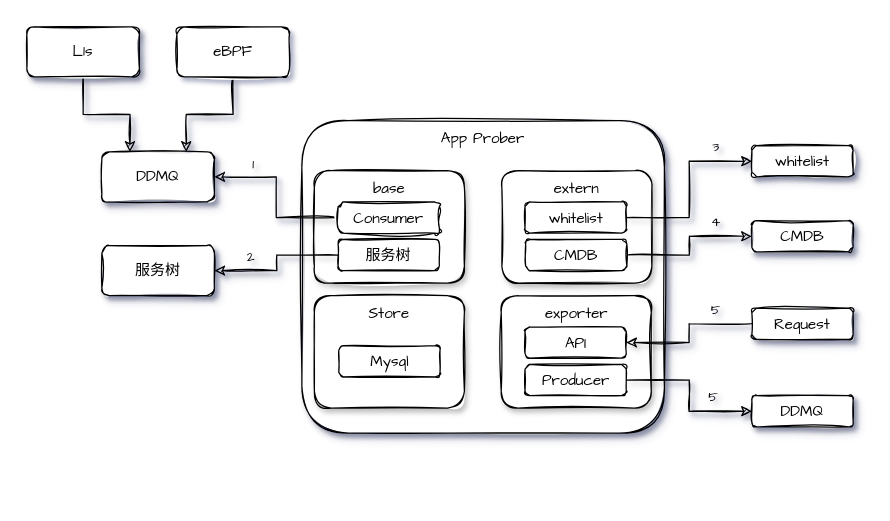
This is page "概要" (1 of 3) of app-prober.drawio from yubo/draw, a draw.io file, before an edit. Source tidied: cells renumbered, new cells numbered last; positions are measured from the earlier drawing's top-left corner, leaving out a move shared by most shapes. Both pictures are drawn from the tidied source at 125%, with x=0, y=0 at pixel (26, 26).
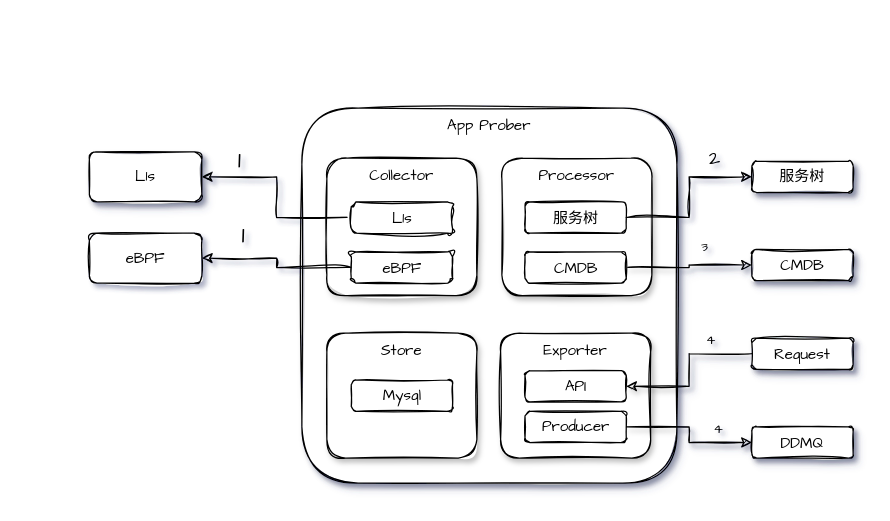
After the change.

Unchanged cells that the change refers to:
```xml
<mxCell id="27" style="edgeStyle=orthogonalEdgeStyle;rounded=0;sketch=1;jettySize=auto;html=1;entryX=0;entryY=0.5;entryDx=0;entryDy=0;shadow=1;fontFamily=Comic Sans MS;labelBackgroundColor=none;" parent="1" edge="1" source="29" target="35">
  <mxGeometry relative="1" as="geometry" />
</mxCell>
<mxCell id="32" style="edgeStyle=orthogonalEdgeStyle;rounded=0;sketch=1;jettySize=auto;html=1;entryX=1;entryY=0.5;entryDx=0;entryDy=0;shadow=1;fontFamily=Comic Sans MS;labelBackgroundColor=none;" parent="1" edge="1" source="34" target="26">
  <mxGeometry relative="1" as="geometry" />
</mxCell>
```

Diff of the diagram source:
```diff
@@
     <mxCell id="2" value="&lt;font face=&quot;Comic Sans MS&quot;&gt;App Prober&lt;/font&gt;" style="rounded=1;whiteSpace=wrap;html=1;shadow=1;sketch=1;strokeColor=default;fillColor=default;gradientColor=none;glass=0;verticalAlign=top;labelBackgroundColor=none;" parent="1" vertex="1">
-      <mxGeometry x="220" y="75" width="290" height="250" as="geometry" />
+      <mxGeometry x="220" y="65" width="300" height="300" as="geometry" />
     </mxCell>
-    <mxCell id="3" style="edgeStyle=orthogonalEdgeStyle;rounded=0;sketch=1;jettySize=auto;html=1;entryX=0.25;entryY=0;entryDx=0;entryDy=0;shadow=1;fontFamily=Comic Sans MS;labelBackgroundColor=none;" parent="1" edge="1" source="4" target="7">
-      <mxGeometry relative="1" as="geometry" />
-    </mxCell>
     <mxCell id="4" value="&lt;font face=&quot;Comic Sans MS&quot;&gt;L1s&lt;/font&gt;" style="rounded=1;whiteSpace=wrap;html=1;shadow=1;sketch=1;strokeColor=default;fillColor=default;gradientColor=none;glass=0;labelBackgroundColor=none;" parent="1" vertex="1">
-      <mxGeometry width="90" height="40" as="geometry" />
+      <mxGeometry x="50" y="100" width="90" height="40" as="geometry" />
     </mxCell>
-    <mxCell id="5" style="edgeStyle=orthogonalEdgeStyle;rounded=0;sketch=1;jettySize=auto;html=1;entryX=0.75;entryY=0;entryDx=0;entryDy=0;shadow=1;fontFamily=Comic Sans MS;labelBackgroundColor=none;" parent="1" edge="1" source="6" target="7">
-      <mxGeometry relative="1" as="geometry" />
-    </mxCell>
     <mxCell id="6" value="&lt;font face=&quot;Comic Sans MS&quot;&gt;eBPF&lt;/font&gt;" style="rounded=1;whiteSpace=wrap;html=1;shadow=0;sketch=1;strokeColor=default;fillColor=default;gradientColor=none;glass=0;labelBackgroundColor=none;" parent="1" vertex="1">
-      <mxGeometry x="120" width="90" height="40" as="geometry" />
+      <mxGeometry x="50" y="165" width="90" height="40" as="geometry" />
     </mxCell>
-    <mxCell id="7" value="&lt;font face=&quot;Comic Sans MS&quot;&gt;DDMQ&lt;/font&gt;" style="rounded=1;whiteSpace=wrap;html=1;shadow=1;sketch=1;strokeColor=default;fillColor=default;gradientColor=none;glass=0;labelBackgroundColor=none;" parent="1" vertex="1">
-      <mxGeometry x="60" y="100" width="90" height="40" as="geometry" />
-    </mxCell>
-    <mxCell id="8" value="&lt;font face=&quot;Comic Sans MS&quot;&gt;服务树&lt;/font&gt;" style="rounded=1;whiteSpace=wrap;html=1;shadow=1;sketch=1;strokeColor=default;fillColor=default;gradientColor=none;glass=0;labelBackgroundColor=none;" parent="1" vertex="1">
-      <mxGeometry x="60" y="175" width="90" height="40" as="geometry" />
-    </mxCell>
-    <mxCell id="9" value="&lt;font face=&quot;Comic Sans MS&quot;&gt;base&lt;/font&gt;" style="rounded=1;whiteSpace=wrap;html=1;shadow=1;sketch=1;strokeColor=default;fillColor=default;gradientColor=none;glass=0;horizontal=1;verticalAlign=top;labelBackgroundColor=none;" parent="1" vertex="1">
-      <mxGeometry x="230" y="115" width="120" height="90" as="geometry" />
+    <mxCell id="9" value="&lt;font face=&quot;Comic Sans MS&quot;&gt;Collector&lt;/font&gt;" style="rounded=1;whiteSpace=wrap;html=1;shadow=1;sketch=1;strokeColor=default;fillColor=default;gradientColor=none;glass=0;horizontal=1;verticalAlign=top;labelBackgroundColor=none;" parent="1" vertex="1">
+      <mxGeometry x="240" y="105" width="120" height="110" as="geometry" />
     </mxCell>
-    <mxCell id="10" style="edgeStyle=orthogonalEdgeStyle;rounded=0;sketch=1;jettySize=auto;html=1;entryX=1;entryY=0.5;entryDx=0;entryDy=0;shadow=1;fontFamily=Comic Sans MS;labelBackgroundColor=none;" parent="1" edge="1" source="12" target="7">
-      <mxGeometry relative="1" as="geometry" />
-    </mxCell>
-    <mxCell id="11" value="1" style="edgeLabel;html=1;align=center;verticalAlign=middle;fontFamily=Comic Sans MS;labelBackgroundColor=none;" parent="10" vertex="1">
-      <mxGeometry x="0.51" y="-1" relative="1" as="geometry">
-        <mxPoint x="-2" y="-11" as="offset" />
-      </mxGeometry>
-    </mxCell>
+    <mxCell id="36" style="edgeStyle=orthogonalEdgeStyle;rounded=0;sketch=1;hachureGap=4;jiggle=2;curveFitting=1;jettySize=auto;html=1;entryX=1;entryY=0.5;entryDx=0;entryDy=0;fontFamily=Architects Daughter;fontSize=16;" parent="1" edge="1" source="12" target="4">
+      <mxGeometry relative="1" as="geometry" />
+    </mxCell>
+    <mxCell id="37" value="1" style="edgeLabel;html=1;align=center;verticalAlign=middle;fontSize=20;fontFamily=Architects Daughter;labelBackgroundColor=none;" parent="36" vertex="1">
+      <mxGeometry x="0.62" y="-3" relative="1" as="geometry">
+        <mxPoint y="-12" as="offset" />
+      </mxGeometry>
+    </mxCell>
-    <mxCell id="12" value="&lt;font face=&quot;Comic Sans MS&quot;&gt;Consumer&lt;/font&gt;" style="rounded=1;whiteSpace=wrap;html=1;shadow=0;strokeColor=default;fillColor=default;gradientColor=none;glass=0;labelBackgroundColor=none;sketch=1;curveFitting=1;jiggle=2;" parent="1" vertex="1">
-      <mxGeometry x="249" y="140" width="81" height="25" as="geometry" />
+    <mxCell id="12" value="&lt;font face=&quot;Comic Sans MS&quot;&gt;L1s&lt;/font&gt;" style="rounded=1;whiteSpace=wrap;html=1;shadow=0;strokeColor=default;fillColor=default;gradientColor=none;glass=0;labelBackgroundColor=none;sketch=1;curveFitting=1;jiggle=2;" parent="1" vertex="1">
+      <mxGeometry x="259.5" y="140" width="81" height="25" as="geometry" />
     </mxCell>
-    <mxCell id="13" style="edgeStyle=orthogonalEdgeStyle;rounded=0;sketch=1;jettySize=auto;html=1;entryX=1;entryY=0.5;entryDx=0;entryDy=0;shadow=1;fontFamily=Comic Sans MS;labelBackgroundColor=none;" parent="1" edge="1" source="15" target="8">
-      <mxGeometry relative="1" as="geometry">
-        <Array as="points">
-          <mxPoint x="200" y="183" />
-          <mxPoint x="200" y="195" />
-        </Array>
-      </mxGeometry>
-    </mxCell>
-    <mxCell id="14" value="2" style="edgeLabel;html=1;align=center;verticalAlign=middle;fontFamily=Comic Sans MS;labelBackgroundColor=none;" parent="13" vertex="1">
-      <mxGeometry x="0.48" y="-3" relative="1" as="geometry">
-        <mxPoint y="-9" as="offset" />
-      </mxGeometry>
-    </mxCell>
-    <mxCell id="15" value="&lt;font face=&quot;Comic Sans MS&quot;&gt;服务树&lt;/font&gt;" style="rounded=1;whiteSpace=wrap;html=1;shadow=0;sketch=1;strokeColor=default;fillColor=default;gradientColor=none;glass=0;labelBackgroundColor=none;" parent="1" vertex="1">
-      <mxGeometry x="249" y="170" width="81" height="25" as="geometry" />
-    </mxCell>
-    <mxCell id="16" value="&lt;font face=&quot;Comic Sans MS&quot;&gt;extern&lt;/font&gt;" style="rounded=1;whiteSpace=wrap;html=1;shadow=1;sketch=1;strokeColor=default;fillColor=default;gradientColor=none;glass=0;horizontal=1;verticalAlign=top;labelBackgroundColor=none;" parent="1" vertex="1">
-      <mxGeometry x="380" y="115" width="120" height="90" as="geometry" />
+    <mxCell id="16" value="&lt;font face=&quot;Comic Sans MS&quot;&gt;Processor&lt;/font&gt;" style="rounded=1;whiteSpace=wrap;html=1;shadow=1;sketch=1;strokeColor=default;fillColor=default;gradientColor=none;glass=0;horizontal=1;verticalAlign=top;labelBackgroundColor=none;" parent="1" vertex="1">
+      <mxGeometry x="380" y="105" width="120" height="110" as="geometry" />
     </mxCell>
-    <mxCell id="17" style="edgeStyle=orthogonalEdgeStyle;rounded=0;sketch=1;jettySize=auto;html=1;entryX=0;entryY=0.5;entryDx=0;entryDy=0;shadow=1;fontFamily=Comic Sans MS;labelBackgroundColor=none;" parent="1" edge="1" source="19" target="30">
-      <mxGeometry relative="1" as="geometry" />
-    </mxCell>
-    <mxCell id="18" value="3" style="edgeLabel;html=1;align=center;verticalAlign=middle;fontFamily=Comic Sans MS;labelBackgroundColor=none;" parent="17" vertex="1">
-      <mxGeometry x="0.59" y="5" relative="1" as="geometry">
-        <mxPoint y="-7" as="offset" />
-      </mxGeometry>
-    </mxCell>
-    <mxCell id="19" value="&lt;font face=&quot;Comic Sans MS&quot;&gt;whitelist&lt;/font&gt;" style="rounded=1;whiteSpace=wrap;html=1;shadow=0;sketch=1;strokeColor=default;fillColor=default;gradientColor=none;glass=0;labelBackgroundColor=none;" parent="1" vertex="1">
-      <mxGeometry x="398.5" y="140" width="81" height="25" as="geometry" />
-    </mxCell>
-    <mxCell id="20" style="edgeStyle=orthogonalEdgeStyle;rounded=0;sketch=1;jettySize=auto;html=1;entryX=0;entryY=0.5;entryDx=0;entryDy=0;shadow=1;fontFamily=Comic Sans MS;labelBackgroundColor=none;" parent="1" edge="1" source="22" target="31">
-      <mxGeometry relative="1" as="geometry" />
+    <mxCell id="20" value="3" style="edgeStyle=orthogonalEdgeStyle;rounded=0;sketch=1;jettySize=auto;html=1;entryX=0;entryY=0.5;entryDx=0;entryDy=0;shadow=1;fontFamily=Comic Sans MS;labelBackgroundColor=none;" parent="1" edge="1" source="22" target="31">
+      <mxGeometry x="0.22" y="16" relative="1" as="geometry">
+        <mxPoint x="1" y="1" as="offset" />
+      </mxGeometry>
     </mxCell>
-    <mxCell id="21" value="4" style="edgeLabel;html=1;align=center;verticalAlign=middle;fontFamily=Comic Sans MS;labelBackgroundColor=none;" parent="20" vertex="1">
-      <mxGeometry x="0.43" y="2" relative="1" as="geometry">
-        <mxPoint x="3" y="-10" as="offset" />
-      </mxGeometry>
-    </mxCell>
     <mxCell id="22" value="&lt;font face=&quot;Comic Sans MS&quot;&gt;CMDB&lt;/font&gt;" style="rounded=1;whiteSpace=wrap;html=1;shadow=0;sketch=1;strokeColor=default;fillColor=default;gradientColor=none;glass=0;labelBackgroundColor=none;" parent="1" vertex="1">
-      <mxGeometry x="399" y="170" width="81" height="25" as="geometry" />
+      <mxGeometry x="398.5" y="180" width="81" height="25" as="geometry" />
     </mxCell>
     <mxCell id="23" value="&lt;font face=&quot;Comic Sans MS&quot;&gt;Store&lt;/font&gt;" style="rounded=1;whiteSpace=wrap;html=1;shadow=1;sketch=1;strokeColor=default;fillColor=default;gradientColor=none;glass=0;horizontal=1;verticalAlign=top;labelBackgroundColor=none;" parent="1" vertex="1">
-      <mxGeometry x="230" y="215" width="120" height="90" as="geometry" />
+      <mxGeometry x="240" y="245" width="120" height="100" as="geometry" />
     </mxCell>
     <mxCell id="24" value="&lt;font face=&quot;Comic Sans MS&quot;&gt;Mysql&lt;/font&gt;" style="rounded=1;whiteSpace=wrap;html=1;shadow=0;sketch=1;strokeColor=default;fillColor=default;gradientColor=none;glass=0;labelBackgroundColor=none;" parent="1" vertex="1">
-      <mxGeometry x="249.5" y="255" width="81" height="25" as="geometry" />
+      <mxGeometry x="259.5" y="282.5" width="81" height="25" as="geometry" />
     </mxCell>
-    <mxCell id="25" value="&lt;font face=&quot;Comic Sans MS&quot;&gt;exporter&lt;/font&gt;" style="rounded=1;whiteSpace=wrap;html=1;shadow=1;sketch=1;strokeColor=default;fillColor=default;gradientColor=none;glass=0;horizontal=1;verticalAlign=top;labelBackgroundColor=none;" parent="1" vertex="1">
-      <mxGeometry x="379.5" y="215" width="120" height="90" as="geometry" />
+    <mxCell id="25" value="&lt;font face=&quot;Comic Sans MS&quot;&gt;Exporter&lt;/font&gt;" style="rounded=1;whiteSpace=wrap;html=1;shadow=1;sketch=1;strokeColor=default;fillColor=default;gradientColor=none;glass=0;horizontal=1;verticalAlign=top;labelBackgroundColor=none;" parent="1" vertex="1">
+      <mxGeometry x="379" y="245" width="120" height="100" as="geometry" />
     </mxCell>
     <mxCell id="26" value="&lt;font face=&quot;Comic Sans MS&quot;&gt;API&lt;/font&gt;" style="rounded=1;whiteSpace=wrap;html=1;shadow=0;sketch=1;strokeColor=default;fillColor=default;gradientColor=none;glass=0;labelBackgroundColor=none;" parent="1" vertex="1">
-      <mxGeometry x="398.5" y="240" width="81" height="25" as="geometry" />
+      <mxGeometry x="398.5" y="275" width="81" height="25" as="geometry" />
     </mxCell>
@@
-    <mxCell id="28" value="5" style="edgeLabel;html=1;align=center;verticalAlign=middle;fontFamily=Comic Sans MS;labelBackgroundColor=none;" parent="27" vertex="1">
+    <mxCell id="28" value="4" style="edgeLabel;html=1;align=center;verticalAlign=middle;fontFamily=Comic Sans MS;labelBackgroundColor=none;" parent="27" vertex="1">
       <mxGeometry x="0.49" y="1" relative="1" as="geometry">
         <mxPoint x="1" y="-11" as="offset" />
       </mxGeometry>
     </mxCell>
     <mxCell id="29" value="&lt;font face=&quot;Comic Sans MS&quot;&gt;Producer&lt;/font&gt;" style="rounded=1;whiteSpace=wrap;html=1;shadow=0;sketch=1;strokeColor=default;fillColor=default;gradientColor=none;glass=0;labelBackgroundColor=none;" parent="1" vertex="1">
-      <mxGeometry x="398.5" y="270" width="81" height="25" as="geometry" />
+      <mxGeometry x="398.5" y="307.5" width="81" height="25" as="geometry" />
     </mxCell>
-    <mxCell id="30" value="&lt;font face=&quot;Comic Sans MS&quot;&gt;whitelist&lt;/font&gt;" style="rounded=1;whiteSpace=wrap;html=1;shadow=1;sketch=1;strokeColor=default;fillColor=default;gradientColor=none;glass=0;labelBackgroundColor=none;" parent="1" vertex="1">
-      <mxGeometry x="580" y="95" width="81" height="25" as="geometry" />
-    </mxCell>
     <mxCell id="31" value="&lt;font face=&quot;Comic Sans MS&quot;&gt;CMDB&lt;/font&gt;" style="rounded=1;whiteSpace=wrap;html=1;shadow=1;sketch=1;strokeColor=default;fillColor=default;gradientColor=none;glass=0;labelBackgroundColor=none;" parent="1" vertex="1">
-      <mxGeometry x="580" y="155" width="81" height="25" as="geometry" />
+      <mxGeometry x="580" y="178" width="81" height="25" as="geometry" />
     </mxCell>
@@
-    <mxCell id="33" value="5" style="edgeLabel;html=1;align=center;verticalAlign=middle;fontFamily=Comic Sans MS;labelBackgroundColor=none;" parent="32" vertex="1">
+    <mxCell id="33" value="4" style="edgeLabel;html=1;align=center;verticalAlign=middle;fontFamily=Comic Sans MS;labelBackgroundColor=none;" parent="32" vertex="1">
       <mxGeometry x="-0.31" y="-1" relative="1" as="geometry">
         <mxPoint x="10" y="-11" as="offset" />
       </mxGeometry>
     </mxCell>
     <mxCell id="34" value="&lt;font face=&quot;Comic Sans MS&quot;&gt;Request&lt;/font&gt;" style="rounded=1;whiteSpace=wrap;html=1;shadow=1;sketch=1;strokeColor=default;fillColor=default;gradientColor=none;glass=0;labelBackgroundColor=none;" parent="1" vertex="1">
-      <mxGeometry x="580" y="225" width="81" height="25" as="geometry" />
+      <mxGeometry x="580" y="249" width="81" height="25" as="geometry" />
     </mxCell>
     <mxCell id="35" value="&lt;font face=&quot;Comic Sans MS&quot;&gt;DDMQ&lt;/font&gt;" style="rounded=1;whiteSpace=wrap;html=1;shadow=1;sketch=1;strokeColor=default;fillColor=default;gradientColor=none;glass=0;labelBackgroundColor=none;" parent="1" vertex="1">
-      <mxGeometry x="580" y="295" width="81" height="25" as="geometry" />
+      <mxGeometry x="580" y="320" width="81" height="25" as="geometry" />
     </mxCell>
+    <mxCell id="14" value="2" style="edgeStyle=orthogonalEdgeStyle;rounded=0;sketch=1;hachureGap=4;jiggle=2;curveFitting=1;jettySize=auto;html=1;entryX=0;entryY=0.5;entryDx=0;entryDy=0;fontFamily=Architects Daughter;fontSize=16;labelBackgroundColor=none;" parent="1" edge="1" source="15" target="8">
+      <mxGeometry x="0.55" y="15" relative="1" as="geometry" />
+    </mxCell>
+    <mxCell id="15" value="&lt;font face=&quot;Comic Sans MS&quot;&gt;服务树&lt;/font&gt;" style="rounded=1;whiteSpace=wrap;html=1;shadow=0;sketch=1;strokeColor=default;fillColor=default;gradientColor=none;glass=0;labelBackgroundColor=none;" parent="1" vertex="1">
+      <mxGeometry x="398.5" y="140" width="81" height="25" as="geometry" />
+    </mxCell>
+    <mxCell id="8" value="&lt;font face=&quot;Comic Sans MS&quot;&gt;服务树&lt;/font&gt;" style="rounded=1;whiteSpace=wrap;html=1;shadow=1;sketch=1;strokeColor=default;fillColor=default;gradientColor=none;glass=0;labelBackgroundColor=none;" parent="1" vertex="1">
+      <mxGeometry x="580" y="107.5" width="81" height="25" as="geometry" />
+    </mxCell>
+    <mxCell id="38" style="edgeStyle=orthogonalEdgeStyle;rounded=0;sketch=1;hachureGap=4;jiggle=2;curveFitting=1;jettySize=auto;html=1;entryX=1;entryY=0.5;entryDx=0;entryDy=0;fontFamily=Architects Daughter;fontSize=16;" parent="1" edge="1" source="40" target="6">
+      <mxGeometry relative="1" as="geometry" />
+    </mxCell>
+    <mxCell id="39" value="1" style="edgeLabel;html=1;align=center;verticalAlign=middle;fontSize=20;fontFamily=Architects Daughter;labelBackgroundColor=none;" parent="38" vertex="1">
+      <mxGeometry x="0.5" y="-5" relative="1" as="geometry">
+        <mxPoint y="-15" as="offset" />
+      </mxGeometry>
+    </mxCell>
+    <mxCell id="40" value="&lt;font face=&quot;Comic Sans MS&quot;&gt;eBPF&lt;/font&gt;" style="rounded=1;whiteSpace=wrap;html=1;shadow=0;strokeColor=default;fillColor=default;gradientColor=none;glass=0;labelBackgroundColor=none;sketch=1;curveFitting=1;jiggle=2;" parent="1" vertex="1">
+      <mxGeometry x="259.5" y="180" width="81" height="25" as="geometry" />
+    </mxCell>
```
